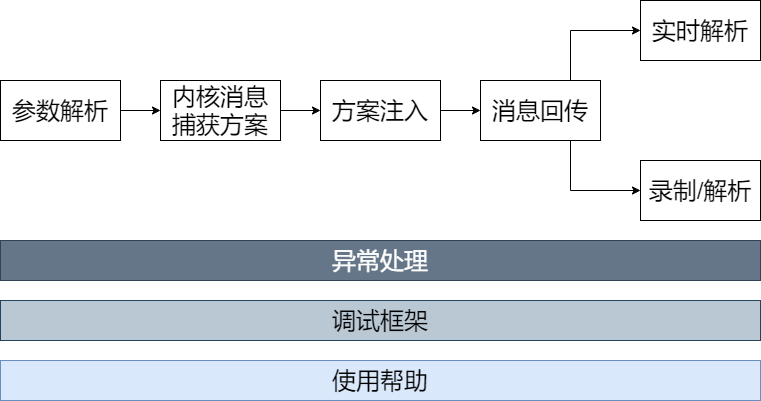
This is vfStalk.detail.design.png from craftsfish/design, a draw.io export, as it was before one commit. Source tidied: cells renumbered, new cells last; positions are measured from the earlier drawing's top-left corner, leaving out a move shared by most shapes.
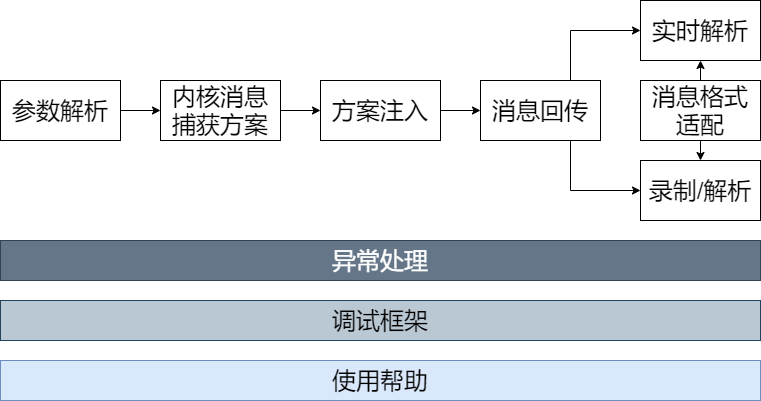
The same file after the commit.

Diff of the diagram source:
```diff
@@ -44,5 +44,14 @@
     <mxCell id="15" value="消息回传" style="rounded=0;whiteSpace=wrap;html=1;fontSize=24;" parent="1" vertex="1">
       <mxGeometry x="480" y="80" width="120" height="60" as="geometry" />
     </mxCell>
+    <mxCell id="16" style="edgeStyle=orthogonalEdgeStyle;rounded=0;jettySize=auto;html=1;exitX=0.5;exitY=0;exitDx=0;exitDy=0;entryX=0.5;entryY=1;entryDx=0;entryDy=0;fontSize=24;" parent="1" edge="1" source="18" target="10">
+      <mxGeometry relative="1" as="geometry" />
+    </mxCell>
+    <mxCell id="17" style="edgeStyle=orthogonalEdgeStyle;rounded=0;jettySize=auto;html=1;exitX=0.5;exitY=1;exitDx=0;exitDy=0;entryX=0.5;entryY=0;entryDx=0;entryDy=0;fontSize=24;" parent="1" edge="1" source="18" target="11">
+      <mxGeometry relative="1" as="geometry" />
+    </mxCell>
+    <mxCell id="18" value="消息格式适配" style="rounded=0;whiteSpace=wrap;html=1;fontSize=24;" parent="1" vertex="1">
+      <mxGeometry x="640" y="80" width="120" height="60" as="geometry" />
+    </mxCell>
   </root>
 </mxGraphModel>
```
